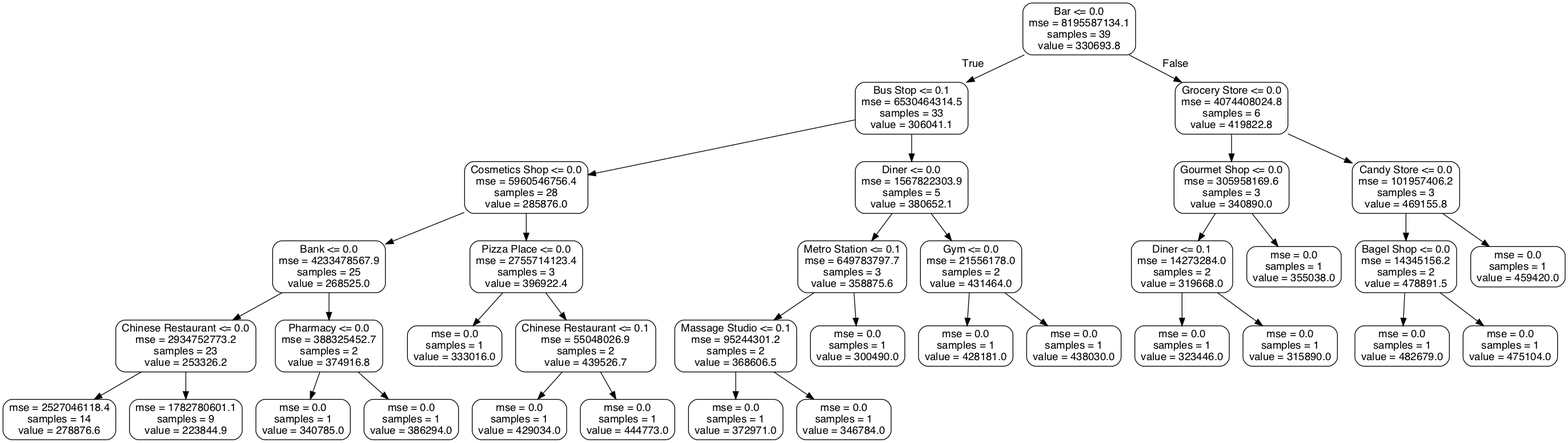
allaccountstaken/predicting_urban_home_values keeps this Graphviz diagram as high_price_tree.png. Above is the earlier version. Its source is kept beside it as high_price_tree.dot.
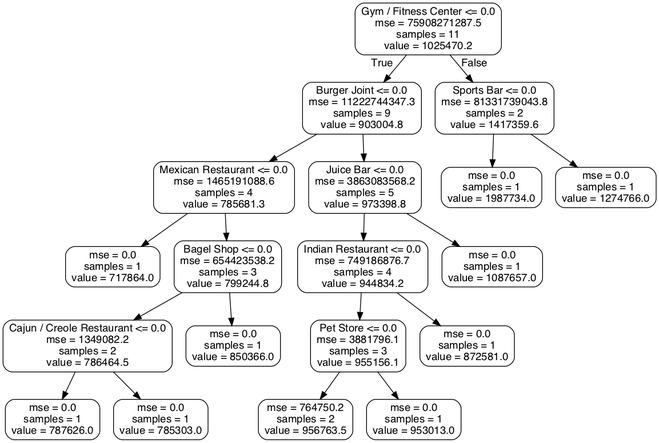
Above is the later version.

Change to the diagram source:
```diff
@@ -1,73 +1,41 @@
 digraph Tree {
 node [shape=box, style="rounded", color="black", fontname=helvetica] ;
 edge [fontname=helvetica] ;
-0 [label="Bar <= 0.0\nmse = 8195587134.1\nsamples = 39\nvalue = 330693.8"] ;
-1 [label="Bus Stop <= 0.1\nmse = 6530464314.5\nsamples = 33\nvalue = 306041.1"] ;
+0 [label="Gym / Fitness Center <= 0.0\nmse = 75908271287.5\nsamples = 11\nvalue = 1025470.2"] ;
+1 [label="Burger Joint <= 0.0\nmse = 11222744347.3\nsamples = 9\nvalue = 903004.8"] ;
 0 -> 1 [labeldistance=2.5, labelangle=45, headlabel="True"] ;
-2 [label="Cosmetics Shop <= 0.0\nmse = 5960546756.4\nsamples = 28\nvalue = 285876.0"] ;
+2 [label="Mexican Restaurant <= 0.0\nmse = 1465191088.6\nsamples = 4\nvalue = 785681.3"] ;
 1 -> 2 ;
-3 [label="Bank <= 0.0\nmse = 4233478567.9\nsamples = 25\nvalue = 268525.0"] ;
+3 [label="mse = 0.0\nsamples = 1\nvalue = 717864.0"] ;
 2 -> 3 ;
-4 [label="Chinese Restaurant <= 0.0\nmse = 2934752773.2\nsamples = 23\nvalue = 253326.2"] ;
-3 -> 4 ;
-5 [label="mse = 2527046118.4\nsamples = 14\nvalue = 278876.6"] ;
+4 [label="Bagel Shop <= 0.0\nmse = 654423538.2\nsamples = 3\nvalue = 799244.8"] ;
+2 -> 4 ;
+5 [label="Cajun / Creole Restaurant <= 0.0\nmse = 1349082.2\nsamples = 2\nvalue = 786464.5"] ;
 4 -> 5 ;
-6 [label="mse = 1782780601.1\nsamples = 9\nvalue = 223844.9"] ;
-4 -> 6 ;
-7 [label="Pharmacy <= 0.0\nmse = 388325452.7\nsamples = 2\nvalue = 374916.8"] ;
-3 -> 7 ;
-8 [label="mse = 0.0\nsamples = 1\nvalue = 340785.0"] ;
-7 -> 8 ;
-9 [label="mse = 0.0\nsamples = 1\nvalue = 386294.0"] ;
-7 -> 9 ;
-10 [label="Pizza Place <= 0.0\nmse = 2755714123.4\nsamples = 3\nvalue = 396922.4"] ;
-2 -> 10 ;
-11 [label="mse = 0.0\nsamples = 1\nvalue = 333016.0"] ;
+6 [label="mse = 0.0\nsamples = 1\nvalue = 787626.0"] ;
+5 -> 6 ;
+7 [label="mse = 0.0\nsamples = 1\nvalue = 785303.0"] ;
+5 -> 7 ;
+8 [label="mse = 0.0\nsamples = 1\nvalue = 850366.0"] ;
+4 -> 8 ;
+9 [label="Juice Bar <= 0.0\nmse = 3863083568.2\nsamples = 5\nvalue = 973398.8"] ;
+1 -> 9 ;
+10 [label="Indian Restaurant <= 0.0\nmse = 749186876.7\nsamples = 4\nvalue = 944834.2"] ;
+9 -> 10 ;
+11 [label="Pet Store <= 0.0\nmse = 3881796.1\nsamples = 3\nvalue = 955156.1"] ;
 10 -> 11 ;
-12 [label="Chinese Restaurant <= 0.1\nmse = 55048026.9\nsamples = 2\nvalue = 439526.7"] ;
-10 -> 12 ;
-13 [label="mse = 0.0\nsamples = 1\nvalue = 429034.0"] ;
-12 -> 13 ;
-14 [label="mse = 0.0\nsamples = 1\nvalue = 444773.0"] ;
-12 -> 14 ;
-15 [label="Diner <= 0.0\nmse = 1567822303.9\nsamples = 5\nvalue = 380652.1"] ;
-1 -> 15 ;
-16 [label="Metro Station <= 0.1\nmse = 649783797.7\nsamples = 3\nvalue = 358875.6"] ;
-15 -> 16 ;
-17 [label="Massage Studio <= 0.1\nmse = 95244301.2\nsamples = 2\nvalue = 368606.5"] ;
+12 [label="mse = 764750.2\nsamples = 2\nvalue = 956763.5"] ;
+11 -> 12 ;
+13 [label="mse = 0.0\nsamples = 1\nvalue = 953013.0"] ;
+11 -> 13 ;
+14 [label="mse = 0.0\nsamples = 1\nvalue = 872581.0"] ;
+10 -> 14 ;
+15 [label="mse = 0.0\nsamples = 1\nvalue = 1087657.0"] ;
+9 -> 15 ;
+16 [label="Sports Bar <= 0.0\nmse = 81331739043.8\nsamples = 2\nvalue = 1417359.6"] ;
+0 -> 16 [labeldistance=2.5, labelangle=-45, headlabel="False"] ;
+17 [label="mse = 0.0\nsamples = 1\nvalue = 1987734.0"] ;
 16 -> 17 ;
-18 [label="mse = 0.0\nsamples = 1\nvalue = 372971.0"] ;
-17 -> 18 ;
-19 [label="mse = 0.0\nsamples = 1\nvalue = 346784.0"] ;
-17 -> 19 ;
-20 [label="mse = 0.0\nsamples = 1\nvalue = 300490.0"] ;
-16 -> 20 ;
-21 [label="Gym <= 0.0\nmse = 21556178.0\nsamples = 2\nvalue = 431464.0"] ;
-15 -> 21 ;
-22 [label="mse = 0.0\nsamples = 1\nvalue = 428181.0"] ;
-21 -> 22 ;
-23 [label="mse = 0.0\nsamples = 1\nvalue = 438030.0"] ;
-21 -> 23 ;
-24 [label="Grocery Store <= 0.0\nmse = 4074408024.8\nsamples = 6\nvalue = 419822.8"] ;
-0 -> 24 [labeldistance=2.5, labelangle=-45, headlabel="False"] ;
-25 [label="Gourmet Shop <= 0.0\nmse = 305958169.6\nsamples = 3\nvalue = 340890.0"] ;
-24 -> 25 ;
-26 [label="Diner <= 0.1\nmse = 14273284.0\nsamples = 2\nvalue = 319668.0"] ;
-25 -> 26 ;
-27 [label="mse = 0.0\nsamples = 1\nvalue = 323446.0"] ;
-26 -> 27 ;
-28 [label="mse = 0.0\nsamples = 1\nvalue = 315890.0"] ;
-26 -> 28 ;
-29 [label="mse = 0.0\nsamples = 1\nvalue = 355038.0"] ;
-25 -> 29 ;
-30 [label="Candy Store <= 0.0\nmse = 101957406.2\nsamples = 3\nvalue = 469155.8"] ;
-24 -> 30 ;
-31 [label="Bagel Shop <= 0.0\nmse = 14345156.2\nsamples = 2\nvalue = 478891.5"] ;
-30 -> 31 ;
-32 [label="mse = 0.0\nsamples = 1\nvalue = 482679.0"] ;
-31 -> 32 ;
-33 [label="mse = 0.0\nsamples = 1\nvalue = 475104.0"] ;
-31 -> 33 ;
-34 [label="mse = 0.0\nsamples = 1\nvalue = 459420.0"] ;
-30 -> 34 ;
+18 [label="mse = 0.0\nsamples = 1\nvalue = 1274766.0"] ;
+16 -> 18 ;
 }
```
